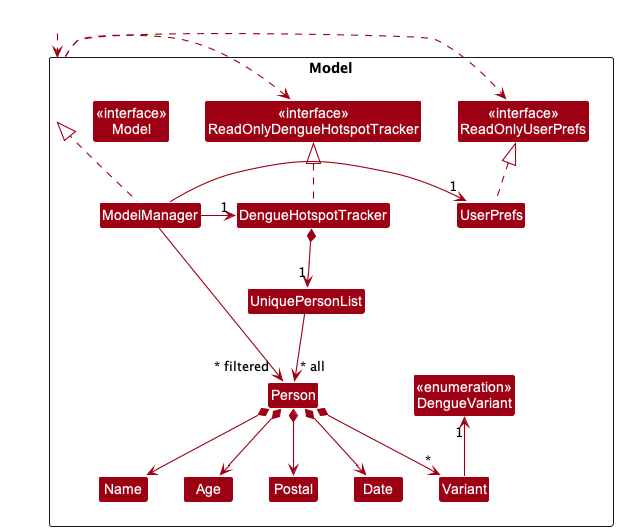
The PlantUML diagram docs/images/ModelClassDiagram.png in nus-cs2103-AY2223S2/tp, before a commit.
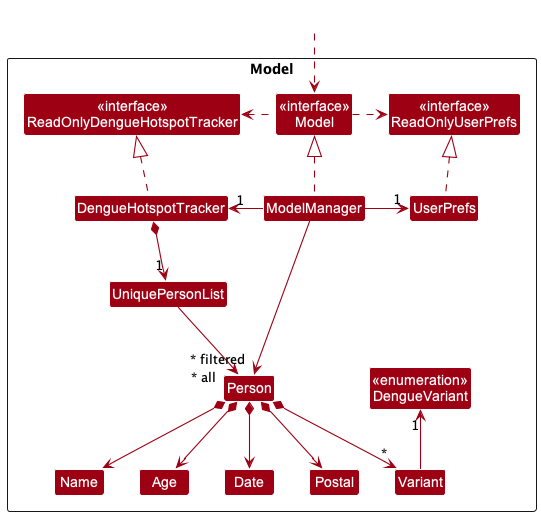
The same file after the commit.

Commit message:
Fix class diagrams

Diff of the diagram source:
```diff
@@ -7,7 +7,7 @@
 Package Model <<Rectangle>>{
 Class "<<interface>>\nReadOnlyDengueHotspotTracker" as ReadOnlyDengueHotspotTracker
 Class "<<interface>>\nReadOnlyUserPrefs" as ReadOnlyUserPrefs
-Class "<<interface>>\nModel" as Model
+Class "<<interface>>\nModel" as ModelInterface
 Class "<<enumeration>>\nDengueVariant" as DengueVariant
 Class DengueHotspotTracker
 Class ModelManager
@@ -24,13 +24,13 @@
 }
 
 Class HiddenOutside #FFFFFF
-HiddenOutside ..> Model
+HiddenOutside ..> ModelInterface
 
 DengueHotspotTracker .up.|> ReadOnlyDengueHotspotTracker
 
-ModelManager .up.|> Model
-Model .right.> ReadOnlyUserPrefs
-Model .left.> ReadOnlyDengueHotspotTracker
+ModelManager .up.|> ModelInterface
+ModelInterface .right.> ReadOnlyUserPrefs
+ModelInterface .left.> ReadOnlyDengueHotspotTracker
 ModelManager -left-> "1" DengueHotspotTracker
 ModelManager -right-> "1" UserPrefs
 UserPrefs .up.|> ReadOnlyUserPrefs
```
